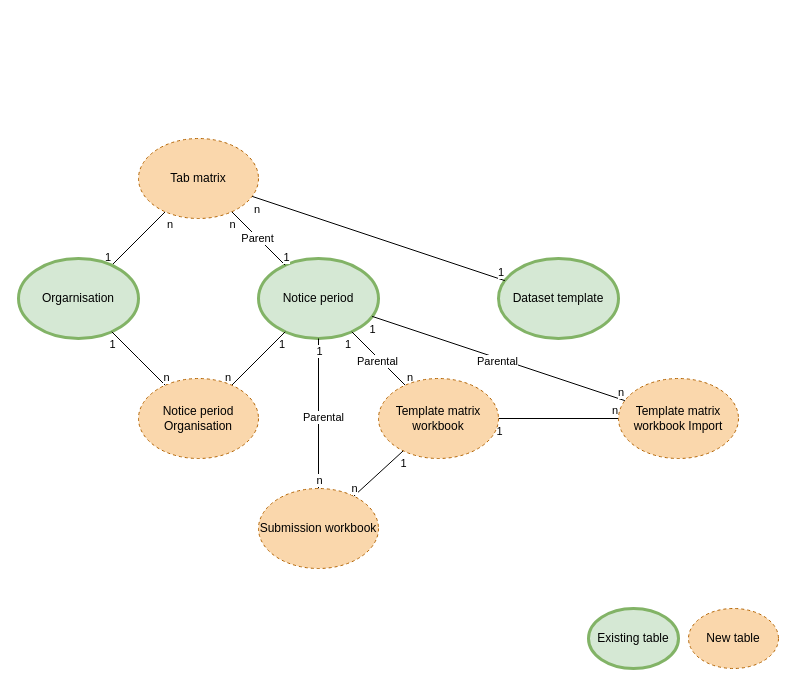
danieldotskc/helloworld keeps this draw.io diagram as page "Workbook management tables" (8 of 13) of Data portal.drawio. Above is the earlier version. Source tidied: cells renumbered, new cells numbered last; positions are measured from the earlier drawing's top-left corner, leaving out a move shared by most shapes. Both pictures are drawn from the tidied source at 100%, with x=0, y=0 at pixel (18, 138).
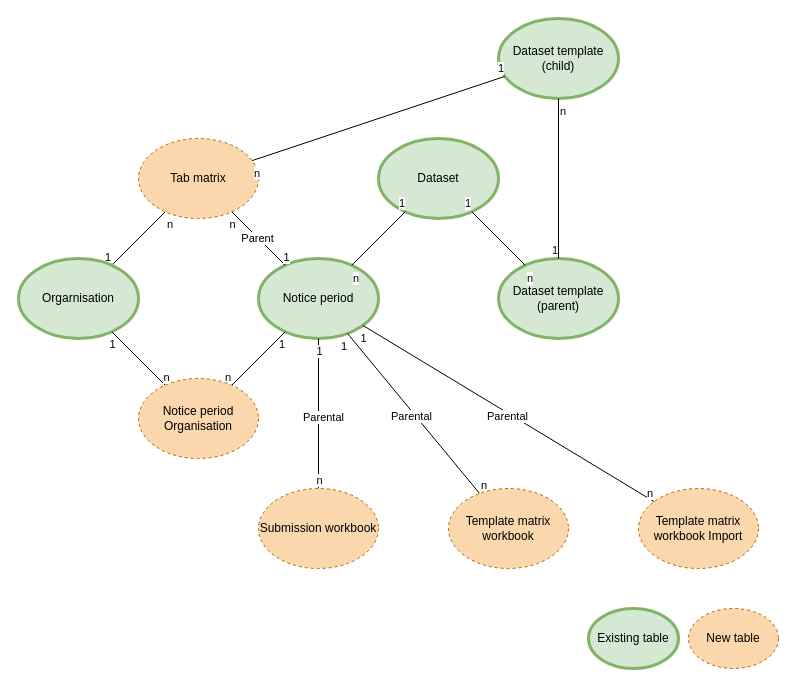
Above is the later version.

Unchanged cells that the change refers to:
```xml
<mxCell id="2" value="Notice period" style="ellipse;whiteSpace=wrap;html=1;strokeWidth=3;strokeColor=#82B366;fillColor=#D5E8D4;" parent="1" vertex="1">
  <mxGeometry x="240" y="120" width="120" height="80" as="geometry" />
</mxCell>
<mxCell id="23" value="Submission workbook" style="ellipse;whiteSpace=wrap;html=1;strokeWidth=1;fillColor=#fad7ac;strokeColor=#b46504;dashed=1;" parent="1" vertex="1">
  <mxGeometry x="240" y="350" width="120" height="80" as="geometry" />
</mxCell>
```

The edit, as a diff of the source:
```diff
@@
-    <mxCell id="14" style="endArrow=none;html=1;rounded=0;endFill=0;" parent="1" edge="1" source="24" target="25">
-      <mxGeometry relative="1" as="geometry" />
-    </mxCell>
-    <mxCell id="15" value="1" style="edgeLabel;html=1;align=center;verticalAlign=top;labelPosition=center;verticalLabelPosition=bottom;" parent="14" vertex="1">
-      <mxGeometry x="-1" relative="1" as="geometry" />
-    </mxCell>
-    <mxCell id="16" value="n" style="edgeLabel;html=1;align=right;verticalAlign=bottom;labelPosition=left;verticalLabelPosition=top;" parent="14" vertex="1">
-      <mxGeometry x="1" relative="1" as="geometry" />
-    </mxCell>
@@
     <mxCell id="24" value="Template matrix workbook" style="ellipse;whiteSpace=wrap;html=1;strokeWidth=1;fillColor=#fad7ac;strokeColor=#b46504;dashed=1;" parent="1" vertex="1">
-      <mxGeometry x="360" y="240" width="120" height="80" as="geometry" />
+      <mxGeometry x="430" y="350" width="120" height="80" as="geometry" />
     </mxCell>
     <mxCell id="25" value="Template matrix workbook Import" style="ellipse;whiteSpace=wrap;html=1;strokeWidth=1;fillColor=#fad7ac;strokeColor=#b46504;dashed=1;" parent="1" vertex="1">
-      <mxGeometry x="600" y="240" width="120" height="80" as="geometry" />
+      <mxGeometry x="620" y="350" width="120" height="80" as="geometry" />
     </mxCell>
@@
-    <mxCell id="29" value="Dataset template" style="ellipse;whiteSpace=wrap;html=1;fillColor=#d5e8d4;strokeColor=#82b366;strokeWidth=3;" parent="1" vertex="1">
-      <mxGeometry x="480" y="120" width="120" height="80" as="geometry" />
+    <mxCell id="29" value="Dataset template&lt;div&gt;(child)&lt;/div&gt;" style="ellipse;whiteSpace=wrap;html=1;fillColor=#d5e8d4;strokeColor=#82b366;strokeWidth=3;" parent="1" vertex="1">
+      <mxGeometry x="480" y="-120" width="120" height="80" as="geometry" />
     </mxCell>
@@
-    <mxCell id="37" style="endArrow=none;html=1;rounded=0;endFill=0;" parent="1" edge="1" source="24" target="23">
-      <mxGeometry relative="1" as="geometry" />
-    </mxCell>
-    <mxCell id="38" value="1" style="edgeLabel;html=1;align=center;verticalAlign=top;labelPosition=center;verticalLabelPosition=bottom;" parent="37" vertex="1">
-      <mxGeometry x="-1" relative="1" as="geometry" />
-    </mxCell>
-    <mxCell id="39" value="n" style="edgeLabel;html=1;align=center;verticalAlign=bottom;labelPosition=center;verticalLabelPosition=top;" parent="37" vertex="1">
-      <mxGeometry x="1" relative="1" as="geometry" />
-    </mxCell>
@@
+    <mxCell id="46" value="Dataset template&lt;div&gt;(parent)&lt;/div&gt;" style="ellipse;whiteSpace=wrap;html=1;fillColor=#d5e8d4;strokeColor=#82b366;strokeWidth=3;" parent="1" vertex="1">
+      <mxGeometry x="480" y="120" width="120" height="80" as="geometry" />
+    </mxCell>
+    <mxCell id="47" style="endArrow=none;html=1;rounded=0;endFill=0;" parent="1" edge="1" source="46" target="29">
+      <mxGeometry relative="1" as="geometry" />
+    </mxCell>
+    <mxCell id="48" value="1" style="edgeLabel;html=1;align=right;verticalAlign=bottom;labelPosition=left;verticalLabelPosition=top;" parent="47" vertex="1">
+      <mxGeometry x="-1" relative="1" as="geometry" />
+    </mxCell>
+    <mxCell id="49" value="n" style="edgeLabel;html=1;align=left;verticalAlign=top;labelPosition=right;verticalLabelPosition=bottom;" parent="47" vertex="1">
+      <mxGeometry x="1" relative="1" as="geometry" />
+    </mxCell>
+    <mxCell id="50" value="Dataset" style="ellipse;whiteSpace=wrap;html=1;fillColor=#d5e8d4;strokeColor=#82b366;strokeWidth=3;" parent="1" vertex="1">
+      <mxGeometry x="360" width="120" height="80" as="geometry" />
+    </mxCell>
+    <mxCell id="51" style="endArrow=none;html=1;rounded=0;endFill=0;" parent="1" edge="1" source="50" target="2">
+      <mxGeometry relative="1" as="geometry" />
+    </mxCell>
+    <mxCell id="52" value="1" style="edgeLabel;html=1;align=right;verticalAlign=bottom;labelPosition=left;verticalLabelPosition=top;" parent="51" vertex="1">
+      <mxGeometry x="-1" relative="1" as="geometry" />
+    </mxCell>
+    <mxCell id="53" value="n" style="edgeLabel;html=1;align=left;verticalAlign=top;labelPosition=right;verticalLabelPosition=bottom;" parent="51" vertex="1">
+      <mxGeometry x="1" relative="1" as="geometry" />
+    </mxCell>
+    <mxCell id="54" style="endArrow=none;html=1;rounded=0;endFill=0;" parent="1" edge="1" source="50" target="46">
+      <mxGeometry relative="1" as="geometry" />
+    </mxCell>
+    <mxCell id="55" value="1" style="edgeLabel;html=1;align=right;verticalAlign=bottom;labelPosition=left;verticalLabelPosition=top;" parent="54" vertex="1">
+      <mxGeometry x="-1" relative="1" as="geometry" />
+    </mxCell>
+    <mxCell id="56" value="n" style="edgeLabel;html=1;align=left;verticalAlign=top;labelPosition=right;verticalLabelPosition=bottom;" parent="54" vertex="1">
+      <mxGeometry x="1" relative="1" as="geometry" />
+    </mxCell>
```
